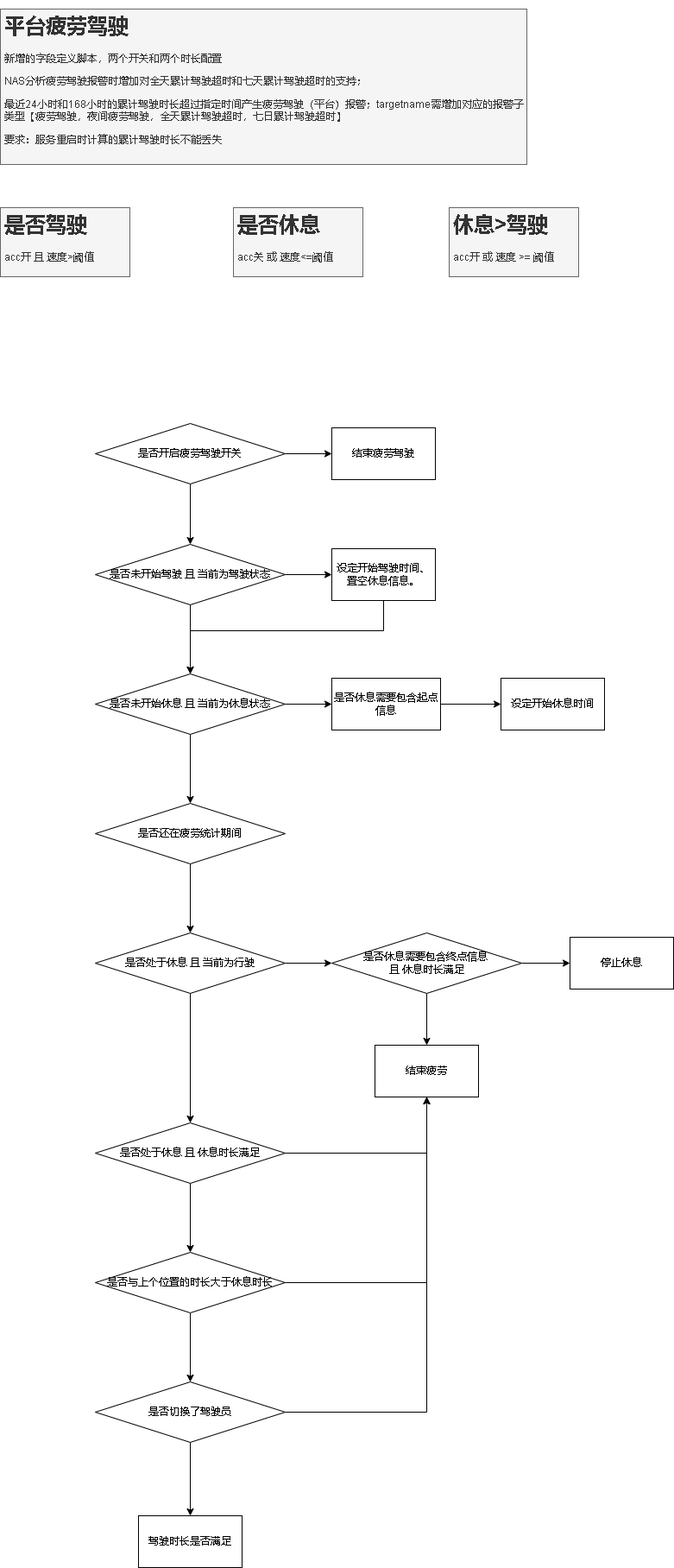
xktder/draw keeps this draw.io diagram as 平台疲劳驾驶.drawio.png. Above is the earlier version. Source tidied: cells renumbered, new cells last; positions are measured from the earlier drawing's top-left corner, leaving out a move shared by most shapes. Its diagram source:
```xml
<mxGraphModel>
  <root>
    <mxCell id="0" />
    <mxCell id="1" parent="0" />
    <mxCell id="2" value="&lt;h1&gt;平台疲劳驾驶&lt;/h1&gt;&lt;p&gt;新增的字段定义脚本，两个开关和两个时长配置&lt;/p&gt;&lt;p&gt;NAS分析疲劳驾驶报警时增加对全天累计驾驶超时和七天累计驾驶超时的支持；&lt;/p&gt;&lt;p&gt;最近24小时和168小时的累计驾驶时长超过指定时间产生疲劳驾驶（平台）报警；targetname需增加对应的报警子类型【疲劳驾驶，夜间疲劳驾驶，全天累计驾驶超时，七日累计驾驶超时】&lt;/p&gt;&lt;p&gt;要求：服务重启时计算的累计驾驶时长不能丢失&lt;/p&gt;" style="text;html=1;strokeColor=#666666;fillColor=#f5f5f5;spacing=5;spacingTop=-20;whiteSpace=wrap;overflow=hidden;rounded=0;fontColor=#333333;" parent="1" vertex="1">
      <mxGeometry width="610" height="180" as="geometry" />
    </mxCell>
    <mxCell id="3" value="&lt;h1&gt;是否驾驶&lt;/h1&gt;&lt;div&gt;acc开 且 速度&amp;gt;阈值&lt;/div&gt;" style="text;html=1;spacing=5;spacingTop=-20;whiteSpace=wrap;overflow=hidden;rounded=0;fillColor=#f5f5f5;fontColor=#333333;strokeColor=#666666;" parent="1" vertex="1">
      <mxGeometry y="230" width="150" height="80" as="geometry" />
    </mxCell>
    <mxCell id="4" value="&lt;h1&gt;是否休息&lt;/h1&gt;&lt;div&gt;acc关 或 速度&amp;lt;=阈值&lt;/div&gt;" style="text;html=1;spacing=5;spacingTop=-20;whiteSpace=wrap;overflow=hidden;rounded=0;fillColor=#f5f5f5;fontColor=#333333;strokeColor=#666666;" parent="1" vertex="1">
      <mxGeometry x="270" y="230" width="150" height="80" as="geometry" />
    </mxCell>
    <mxCell id="5" value="&lt;h1&gt;休息&amp;gt;驾驶&lt;/h1&gt;&lt;div&gt;acc开 或 速度 &amp;gt;= 阈值&lt;/div&gt;" style="text;html=1;spacing=5;spacingTop=-20;whiteSpace=wrap;overflow=hidden;rounded=0;fillColor=#f5f5f5;fontColor=#333333;strokeColor=#666666;" parent="1" vertex="1">
      <mxGeometry x="520" y="230" width="150" height="80" as="geometry" />
    </mxCell>
    <mxCell id="6" style="edgeStyle=orthogonalEdgeStyle;rounded=0;jettySize=auto;html=1;" parent="1" edge="1" source="8" target="9">
      <mxGeometry relative="1" as="geometry" />
    </mxCell>
    <mxCell id="7" style="edgeStyle=orthogonalEdgeStyle;rounded=0;jettySize=auto;html=1;" parent="1" edge="1" source="8" target="12">
      <mxGeometry relative="1" as="geometry" />
    </mxCell>
    <mxCell id="8" value="是否开启疲劳驾驶开关" style="rhombus;whiteSpace=wrap;html=1;" parent="1" vertex="1">
      <mxGeometry x="110" y="480" width="220" height="70" as="geometry" />
    </mxCell>
    <mxCell id="9" value="结束疲劳驾驶" style="whiteSpace=wrap;html=1;" parent="1" vertex="1">
      <mxGeometry x="384" y="485" width="120" height="60" as="geometry" />
    </mxCell>
    <mxCell id="10" style="edgeStyle=orthogonalEdgeStyle;rounded=0;jettySize=auto;html=1;" parent="1" edge="1" source="12" target="14">
      <mxGeometry relative="1" as="geometry" />
    </mxCell>
    <mxCell id="11" style="edgeStyle=orthogonalEdgeStyle;rounded=0;jettySize=auto;html=1;" parent="1" edge="1" source="12" target="17">
      <mxGeometry relative="1" as="geometry" />
    </mxCell>
    <mxCell id="12" value="是否未开始驾驶 且 当前为驾驶状态" style="rhombus;whiteSpace=wrap;html=1;" parent="1" vertex="1">
      <mxGeometry x="110" y="620" width="220" height="70" as="geometry" />
    </mxCell>
    <mxCell id="13" style="edgeStyle=orthogonalEdgeStyle;rounded=0;jettySize=auto;html=1;entryX=0.5;entryY=0;entryDx=0;entryDy=0;" parent="1" edge="1" source="14" target="17">
      <mxGeometry relative="1" as="geometry">
        <Array as="points">
          <mxPoint x="444" y="720" />
          <mxPoint x="220" y="720" />
        </Array>
      </mxGeometry>
    </mxCell>
    <mxCell id="14" value="设定开始驾驶时间、&lt;br&gt;置空休息信息。" style="whiteSpace=wrap;html=1;" parent="1" vertex="1">
      <mxGeometry x="384" y="625" width="120" height="60" as="geometry" />
    </mxCell>
    <mxCell id="15" style="edgeStyle=orthogonalEdgeStyle;rounded=0;jettySize=auto;html=1;entryX=0;entryY=0.5;entryDx=0;entryDy=0;" parent="1" edge="1" source="17" target="19">
      <mxGeometry relative="1" as="geometry" />
    </mxCell>
    <mxCell id="16" style="edgeStyle=orthogonalEdgeStyle;rounded=0;jettySize=auto;html=1;" parent="1" edge="1" source="17" target="22">
      <mxGeometry relative="1" as="geometry" />
    </mxCell>
    <mxCell id="17" value="是否未开始休息 且 当前为休息状态" style="rhombus;whiteSpace=wrap;html=1;" parent="1" vertex="1">
      <mxGeometry x="110" y="770" width="220" height="70" as="geometry" />
    </mxCell>
    <mxCell id="18" style="edgeStyle=orthogonalEdgeStyle;rounded=0;jettySize=auto;html=1;" parent="1" edge="1" source="19" target="20">
      <mxGeometry relative="1" as="geometry" />
    </mxCell>
    <mxCell id="19" value="是否休息需要包含起点信息" style="rounded=0;whiteSpace=wrap;html=1;fontFamily=Helvetica;fontSize=12;fontColor=default;align=center;strokeColor=default;fillColor=default;" parent="1" vertex="1">
      <mxGeometry x="384" y="775" width="126" height="60" as="geometry" />
    </mxCell>
    <mxCell id="20" value="设定开始休息时间" style="whiteSpace=wrap;html=1;" parent="1" vertex="1">
      <mxGeometry x="580" y="775" width="120" height="60" as="geometry" />
    </mxCell>
    <mxCell id="21" style="edgeStyle=orthogonalEdgeStyle;rounded=0;jettySize=auto;html=1;" parent="1" edge="1" source="22" target="25">
      <mxGeometry relative="1" as="geometry" />
    </mxCell>
    <mxCell id="22" value="是否还在疲劳统计期间" style="rhombus;whiteSpace=wrap;html=1;" parent="1" vertex="1">
      <mxGeometry x="110" y="920" width="220" height="70" as="geometry" />
    </mxCell>
    <mxCell id="23" style="edgeStyle=orthogonalEdgeStyle;rounded=0;jettySize=auto;html=1;" parent="1" edge="1" source="25" target="28">
      <mxGeometry relative="1" as="geometry" />
    </mxCell>
    <mxCell id="24" style="edgeStyle=orthogonalEdgeStyle;rounded=0;jettySize=auto;html=1;" parent="1" edge="1" source="25" target="33">
      <mxGeometry relative="1" as="geometry" />
    </mxCell>
    <mxCell id="25" value="是否处于休息 且 当前为行驶" style="rhombus;whiteSpace=wrap;html=1;" parent="1" vertex="1">
      <mxGeometry x="110" y="1070" width="220" height="70" as="geometry" />
    </mxCell>
    <mxCell id="26" style="edgeStyle=orthogonalEdgeStyle;rounded=0;jettySize=auto;html=1;entryX=0.5;entryY=0;entryDx=0;entryDy=0;" parent="1" edge="1" source="28" target="29">
      <mxGeometry relative="1" as="geometry" />
    </mxCell>
    <mxCell id="27" style="edgeStyle=orthogonalEdgeStyle;rounded=0;jettySize=auto;html=1;entryX=0;entryY=0.5;entryDx=0;entryDy=0;" parent="1" edge="1" source="28" target="30">
      <mxGeometry relative="1" as="geometry" />
    </mxCell>
    <mxCell id="28" value="是否休息需要包含终点信息 &lt;br&gt;且 休息时长满足" style="rhombus;whiteSpace=wrap;html=1;" parent="1" vertex="1">
      <mxGeometry x="384" y="1070" width="220" height="70" as="geometry" />
    </mxCell>
    <mxCell id="29" value="结束疲劳" style="whiteSpace=wrap;html=1;" parent="1" vertex="1">
      <mxGeometry x="434" y="1200" width="120" height="60" as="geometry" />
    </mxCell>
    <mxCell id="30" value="停止休息" style="whiteSpace=wrap;html=1;" parent="1" vertex="1">
      <mxGeometry x="660" y="1075" width="120" height="60" as="geometry" />
    </mxCell>
    <mxCell id="31" style="edgeStyle=orthogonalEdgeStyle;rounded=0;jettySize=auto;html=1;entryX=0.5;entryY=1;entryDx=0;entryDy=0;" parent="1" edge="1" source="33" target="29">
      <mxGeometry relative="1" as="geometry" />
    </mxCell>
    <mxCell id="32" style="edgeStyle=orthogonalEdgeStyle;rounded=0;jettySize=auto;html=1;" parent="1" edge="1" source="33" target="36">
      <mxGeometry relative="1" as="geometry" />
    </mxCell>
    <mxCell id="33" value="是否处于休息 且 休息时长满足" style="rhombus;whiteSpace=wrap;html=1;" parent="1" vertex="1">
      <mxGeometry x="110" y="1290" width="220" height="70" as="geometry" />
    </mxCell>
    <mxCell id="34" style="edgeStyle=orthogonalEdgeStyle;rounded=0;jettySize=auto;html=1;entryX=0.5;entryY=1;entryDx=0;entryDy=0;" parent="1" edge="1" source="36" target="29">
      <mxGeometry relative="1" as="geometry" />
    </mxCell>
    <mxCell id="35" style="edgeStyle=orthogonalEdgeStyle;rounded=0;jettySize=auto;html=1;" parent="1" edge="1" source="36" target="39">
      <mxGeometry relative="1" as="geometry" />
    </mxCell>
    <mxCell id="36" value="是否与上个位置的时长大于休息时长" style="rhombus;whiteSpace=wrap;html=1;" parent="1" vertex="1">
      <mxGeometry x="110" y="1440" width="220" height="70" as="geometry" />
    </mxCell>
    <mxCell id="37" style="edgeStyle=orthogonalEdgeStyle;rounded=0;jettySize=auto;html=1;entryX=0.5;entryY=1;entryDx=0;entryDy=0;" parent="1" edge="1" source="39" target="29">
      <mxGeometry relative="1" as="geometry" />
    </mxCell>
    <mxCell id="38" style="edgeStyle=orthogonalEdgeStyle;rounded=0;jettySize=auto;html=1;" parent="1" edge="1" source="39" target="40">
      <mxGeometry relative="1" as="geometry" />
    </mxCell>
    <mxCell id="39" value="是否切换了驾驶员" style="rhombus;whiteSpace=wrap;html=1;" parent="1" vertex="1">
      <mxGeometry x="110" y="1590" width="220" height="70" as="geometry" />
    </mxCell>
    <mxCell id="40" value="驾驶时长是否满足" style="whiteSpace=wrap;html=1;" parent="1" vertex="1">
      <mxGeometry x="160" y="1745" width="120" height="60" as="geometry" />
    </mxCell>
  </root>
</mxGraphModel>
```
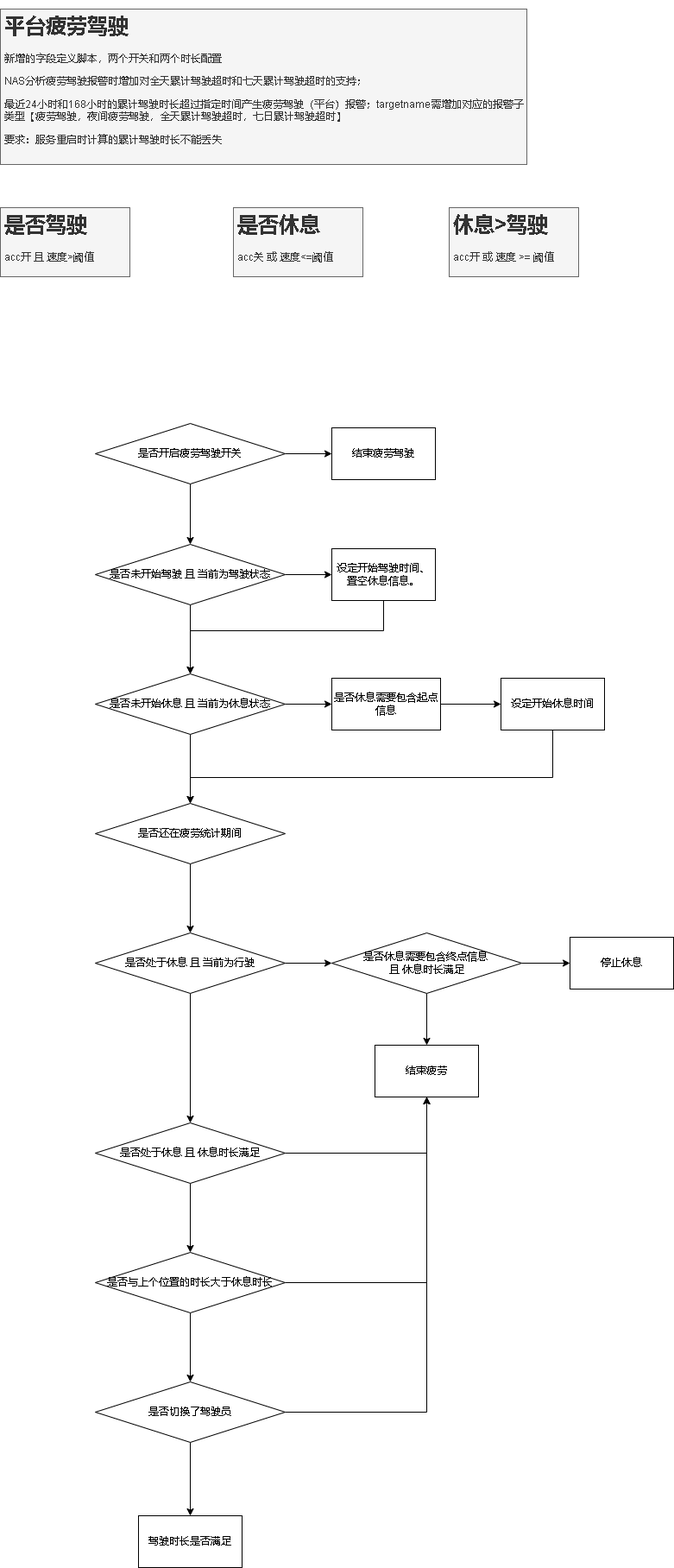
After the change.

Commit message:
更新平台疲劳驾驶.drawio.png

The edit, as a diff of the source:
```diff
@@ -61,6 +61,14 @@
     <mxCell id="19" value="是否休息需要包含起点信息" style="rounded=0;whiteSpace=wrap;html=1;fontFamily=Helvetica;fontSize=12;fontColor=default;align=center;strokeColor=default;fillColor=default;" parent="1" vertex="1">
       <mxGeometry x="384" y="775" width="126" height="60" as="geometry" />
     </mxCell>
+    <mxCell id="41" style="edgeStyle=orthogonalEdgeStyle;rounded=0;jettySize=auto;html=1;entryX=0.5;entryY=0;entryDx=0;entryDy=0;" parent="1" edge="1" source="20" target="22">
+      <mxGeometry relative="1" as="geometry">
+        <Array as="points">
+          <mxPoint x="640" y="890" />
+          <mxPoint x="220" y="890" />
+        </Array>
+      </mxGeometry>
+    </mxCell>
     <mxCell id="20" value="设定开始休息时间" style="whiteSpace=wrap;html=1;" parent="1" vertex="1">
       <mxGeometry x="580" y="775" width="120" height="60" as="geometry" />
     </mxCell>
```
